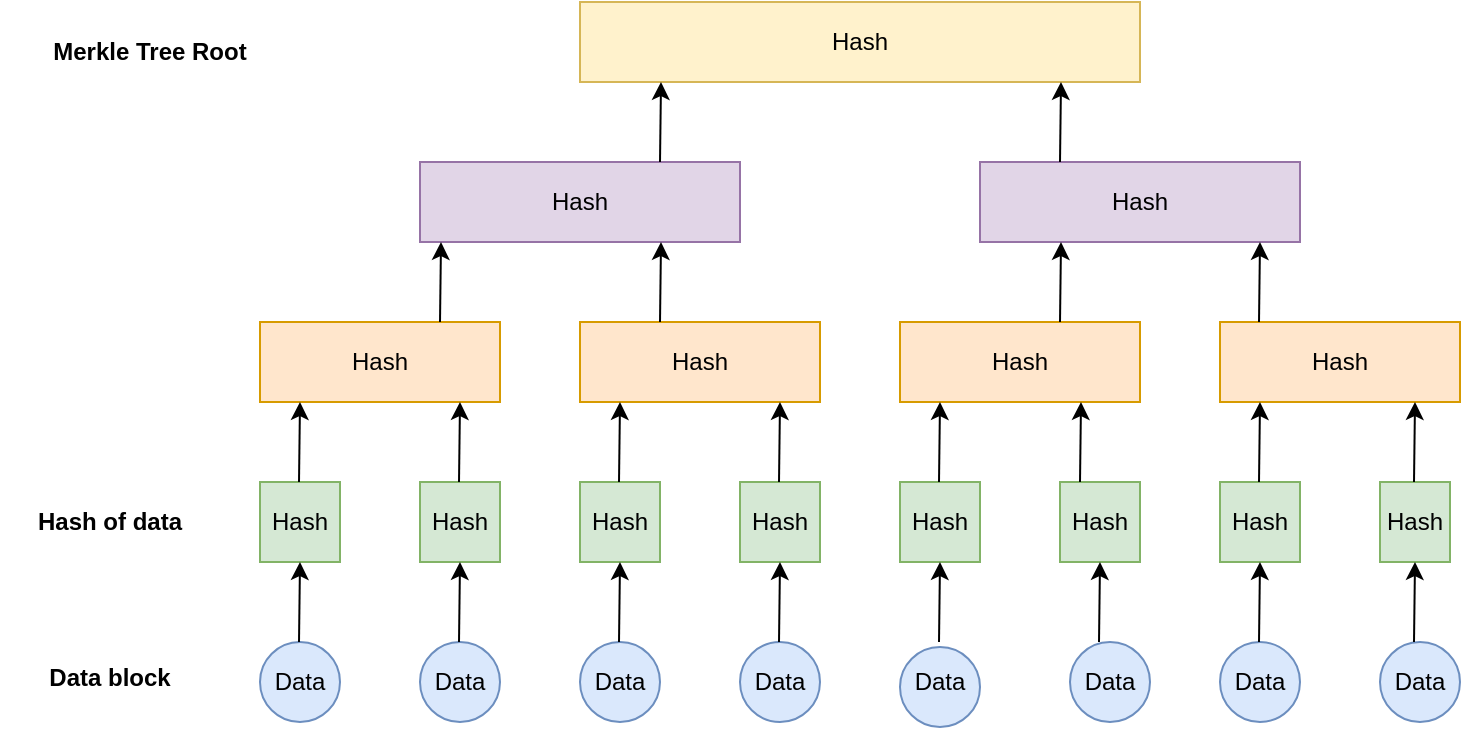
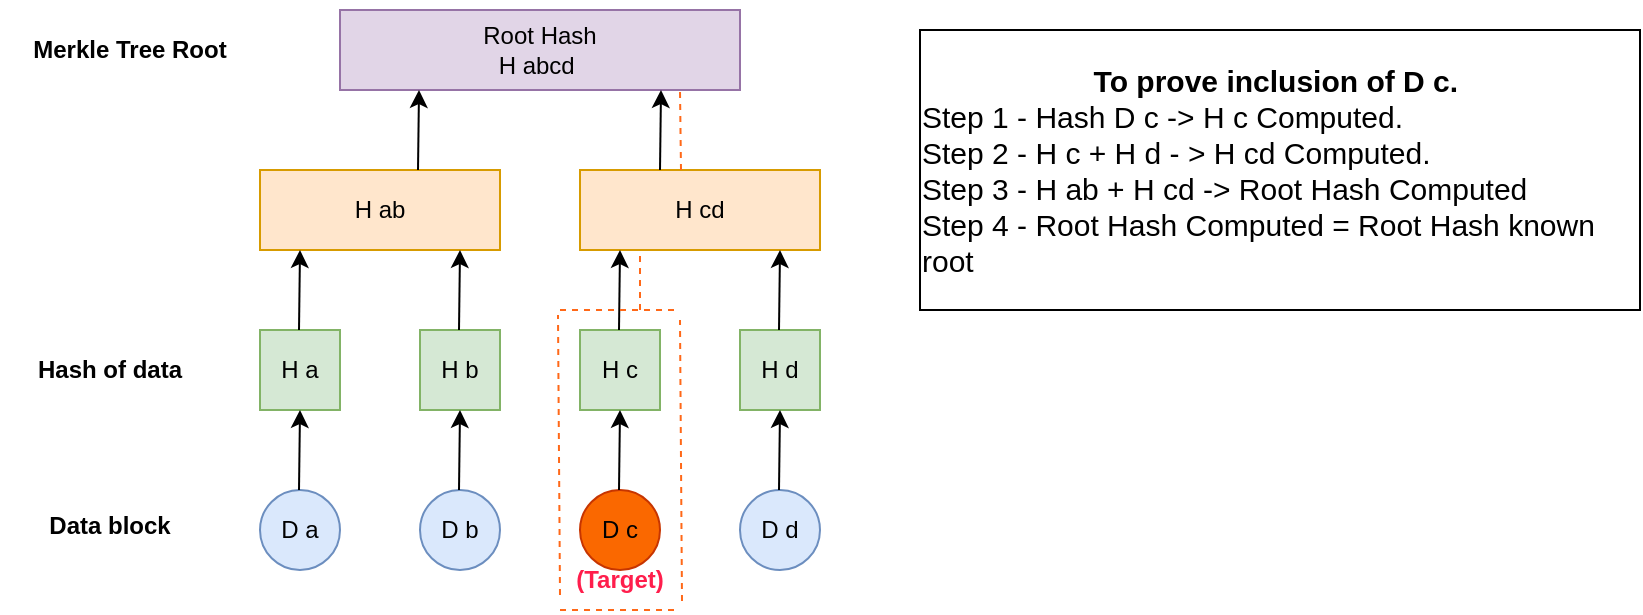
<mxfile host="app.diagrams.net">
  <diagram name="Page-1" id="n9avPNRuWvejZe3Pj7OS">
    <mxGraphModel dx="1911" dy="569" grid="1" gridSize="10" guides="1" tooltips="1" connect="1" arrows="1" fold="1" page="1" pageScale="1" pageWidth="850" pageHeight="1100" math="0" shadow="0">
      <root>
        <mxCell id="0" />
        <mxCell id="1" parent="0" />
        <mxCell id="N95eMO5Q5sqeaVTdyBPK-1" parent="1" style="ellipse;whiteSpace=wrap;html=1;fillColor=#dae8fc;strokeColor=#6c8ebf;" value="" vertex="1">
          <mxGeometry height="40" width="40" y="400" as="geometry" />
        </mxCell>
-         <mxCell id="N95eMO5Q5sqeaVTdyBPK-9" parent="1" style="text;html=1;whiteSpace=wrap;align=center;verticalAlign=middle;rounded=0;" value="Data" vertex="1">
+         <mxCell id="N95eMO5Q5sqeaVTdyBPK-9" parent="1" style="text;html=1;whiteSpace=wrap;align=center;verticalAlign=middle;rounded=0;" value="D a" vertex="1">
          <mxGeometry height="30" width="60" x="-10" y="405" as="geometry" />
        </mxCell>
-         <mxCell id="N95eMO5Q5sqeaVTdyBPK-14" parent="1" style="ellipse;whiteSpace=wrap;html=1;fillColor=#dae8fc;strokeColor=#6c8ebf;" value="" vertex="1">
-           <mxGeometry height="40" width="40" x="405" y="400" as="geometry" />
-         </mxCell>
-         <mxCell id="N95eMO5Q5sqeaVTdyBPK-15" parent="1" style="text;html=1;whiteSpace=wrap;strokeColor=none;fillColor=none;align=center;verticalAlign=middle;rounded=0;" value="Data" vertex="1">
-           <mxGeometry height="30" width="60" x="395" y="405" as="geometry" />
-         </mxCell>
-         <mxCell id="N95eMO5Q5sqeaVTdyBPK-16" parent="1" style="ellipse;whiteSpace=wrap;html=1;fillColor=#dae8fc;strokeColor=#6c8ebf;" value="" vertex="1">
-           <mxGeometry height="40" width="40" x="320" y="402.5" as="geometry" />
-         </mxCell>
-         <mxCell id="N95eMO5Q5sqeaVTdyBPK-17" parent="1" style="text;html=1;whiteSpace=wrap;strokeColor=none;fillColor=none;align=center;verticalAlign=middle;rounded=0;" value="Data" vertex="1">
-           <mxGeometry height="30" width="60" x="310" y="405" as="geometry" />
-         </mxCell>
-         <mxCell id="N95eMO5Q5sqeaVTdyBPK-18" parent="1" style="ellipse;whiteSpace=wrap;html=1;fillColor=#dae8fc;strokeColor=#6c8ebf;" value="" vertex="1">
+         <mxCell id="N95eMO5Q5sqeaVTdyBPK-18" parent="1" style="ellipse;whiteSpace=wrap;html=1;fillColor=#fa6800;strokeColor=#C73500;fontColor=#000000;" value="" vertex="1">
          <mxGeometry height="40" width="40" x="160" y="400" as="geometry" />
        </mxCell>
-         <mxCell id="N95eMO5Q5sqeaVTdyBPK-19" parent="1" style="text;html=1;whiteSpace=wrap;align=center;verticalAlign=middle;rounded=0;" value="Data" vertex="1">
+         <mxCell id="N95eMO5Q5sqeaVTdyBPK-19" parent="1" style="text;html=1;whiteSpace=wrap;align=center;verticalAlign=middle;rounded=0;" value="D c" vertex="1">
          <mxGeometry height="30" width="60" x="150" y="405" as="geometry" />
        </mxCell>
        <mxCell id="N95eMO5Q5sqeaVTdyBPK-20" parent="1" style="ellipse;whiteSpace=wrap;html=1;fillColor=#dae8fc;strokeColor=#6c8ebf;" value="" vertex="1">
          <mxGeometry height="40" width="40" x="240" y="400" as="geometry" />
        </mxCell>
-         <mxCell id="N95eMO5Q5sqeaVTdyBPK-21" parent="1" style="text;html=1;whiteSpace=wrap;align=center;verticalAlign=middle;rounded=0;" value="Data" vertex="1">
+         <mxCell id="N95eMO5Q5sqeaVTdyBPK-21" parent="1" style="text;html=1;whiteSpace=wrap;align=center;verticalAlign=middle;rounded=0;" value="D d" vertex="1">
          <mxGeometry height="30" width="60" x="230" y="405" as="geometry" />
-         </mxCell>
-         <mxCell id="N95eMO5Q5sqeaVTdyBPK-22" parent="1" style="ellipse;whiteSpace=wrap;html=1;fillColor=#dae8fc;strokeColor=#6c8ebf;" value="" vertex="1">
-           <mxGeometry height="40" width="40" x="560" y="400" as="geometry" />
-         </mxCell>
-         <mxCell id="N95eMO5Q5sqeaVTdyBPK-23" parent="1" style="text;html=1;whiteSpace=wrap;align=center;verticalAlign=middle;rounded=0;" value="Data" vertex="1">
-           <mxGeometry height="30" width="60" x="550" y="405" as="geometry" />
-         </mxCell>
-         <mxCell id="N95eMO5Q5sqeaVTdyBPK-24" parent="1" style="ellipse;whiteSpace=wrap;html=1;fillColor=#dae8fc;strokeColor=#6c8ebf;" value="" vertex="1">
-           <mxGeometry height="40" width="40" x="480" y="400" as="geometry" />
-         </mxCell>
-         <mxCell id="N95eMO5Q5sqeaVTdyBPK-25" parent="1" style="text;html=1;whiteSpace=wrap;align=center;verticalAlign=middle;rounded=0;" value="Data" vertex="1">
-           <mxGeometry height="30" width="60" x="470" y="405" as="geometry" />
        </mxCell>
        <mxCell id="N95eMO5Q5sqeaVTdyBPK-29" parent="1" style="ellipse;whiteSpace=wrap;html=1;fillColor=#dae8fc;strokeColor=#6c8ebf;" value="" vertex="1">
          <mxGeometry height="40" width="40" x="80" y="400" as="geometry" />
        </mxCell>
-         <mxCell id="N95eMO5Q5sqeaVTdyBPK-30" parent="1" style="text;html=1;whiteSpace=wrap;align=center;verticalAlign=middle;rounded=0;" value="Data" vertex="1">
+         <mxCell id="N95eMO5Q5sqeaVTdyBPK-30" parent="1" style="text;html=1;whiteSpace=wrap;align=center;verticalAlign=middle;rounded=0;" value="D b" vertex="1">
          <mxGeometry height="30" width="60" x="70" y="405" as="geometry" />
        </mxCell>
-         <mxCell id="N95eMO5Q5sqeaVTdyBPK-32" parent="1" style="text;html=1;whiteSpace=wrap;strokeColor=#82b366;fillColor=#d5e8d4;align=center;verticalAlign=middle;rounded=0;" value="Hash" vertex="1">
+         <mxCell id="N95eMO5Q5sqeaVTdyBPK-32" parent="1" style="text;html=1;whiteSpace=wrap;strokeColor=#82b366;fillColor=#d5e8d4;align=center;verticalAlign=middle;rounded=0;" value="H a" vertex="1">
          <mxGeometry height="40" width="40" y="320" as="geometry" />
        </mxCell>
-         <mxCell id="N95eMO5Q5sqeaVTdyBPK-34" parent="1" style="text;html=1;whiteSpace=wrap;strokeColor=#82b366;fillColor=#d5e8d4;align=center;verticalAlign=middle;rounded=0;" value="Hash" vertex="1">
+         <mxCell id="N95eMO5Q5sqeaVTdyBPK-34" parent="1" style="text;html=1;whiteSpace=wrap;strokeColor=#82b366;fillColor=#d5e8d4;align=center;verticalAlign=middle;rounded=0;" value="H b" vertex="1">
          <mxGeometry height="40" width="40" x="80" y="320" as="geometry" />
        </mxCell>
-         <mxCell id="N95eMO5Q5sqeaVTdyBPK-35" parent="1" style="text;html=1;whiteSpace=wrap;strokeColor=#82b366;fillColor=#d5e8d4;align=center;verticalAlign=middle;rounded=0;" value="Hash" vertex="1">
+         <mxCell id="N95eMO5Q5sqeaVTdyBPK-35" parent="1" style="text;html=1;whiteSpace=wrap;strokeColor=#82b366;fillColor=#d5e8d4;align=center;verticalAlign=middle;rounded=0;" value="H c" vertex="1">
          <mxGeometry height="40" width="40" x="160" y="320" as="geometry" />
        </mxCell>
-         <mxCell id="N95eMO5Q5sqeaVTdyBPK-36" parent="1" style="text;html=1;whiteSpace=wrap;strokeColor=#82b366;fillColor=#d5e8d4;align=center;verticalAlign=middle;rounded=0;" value="Hash" vertex="1">
+         <mxCell id="N95eMO5Q5sqeaVTdyBPK-36" parent="1" style="text;html=1;whiteSpace=wrap;strokeColor=#82b366;fillColor=#d5e8d4;align=center;verticalAlign=middle;rounded=0;" value="H d" vertex="1">
          <mxGeometry height="40" width="40" x="240" y="320" as="geometry" />
        </mxCell>
-         <mxCell id="N95eMO5Q5sqeaVTdyBPK-37" parent="1" style="text;html=1;whiteSpace=wrap;strokeColor=#82b366;fillColor=#d5e8d4;align=center;verticalAlign=middle;rounded=0;" value="Hash" vertex="1">
-           <mxGeometry height="40" width="40" x="320" y="320" as="geometry" />
-         </mxCell>
-         <mxCell id="N95eMO5Q5sqeaVTdyBPK-38" parent="1" style="text;html=1;whiteSpace=wrap;strokeColor=#82b366;fillColor=#d5e8d4;align=center;verticalAlign=middle;rounded=0;" value="Hash" vertex="1">
-           <mxGeometry height="40" width="40" x="400" y="320" as="geometry" />
-         </mxCell>
-         <mxCell id="N95eMO5Q5sqeaVTdyBPK-39" parent="1" style="text;html=1;whiteSpace=wrap;strokeColor=#82b366;fillColor=#d5e8d4;align=center;verticalAlign=middle;rounded=0;" value="Hash" vertex="1">
-           <mxGeometry height="40" width="40" x="480" y="320" as="geometry" />
-         </mxCell>
-         <mxCell id="N95eMO5Q5sqeaVTdyBPK-40" parent="1" style="text;html=1;whiteSpace=wrap;strokeColor=#82b366;fillColor=#d5e8d4;align=center;verticalAlign=middle;rounded=0;" value="Hash" vertex="1">
-           <mxGeometry height="40" width="35" x="560" y="320" as="geometry" />
-         </mxCell>
-         <mxCell id="N95eMO5Q5sqeaVTdyBPK-42" parent="1" style="text;html=1;whiteSpace=wrap;strokeColor=#d79b00;fillColor=#ffe6cc;align=center;verticalAlign=middle;rounded=0;" value="Hash" vertex="1">
+         <mxCell id="N95eMO5Q5sqeaVTdyBPK-42" parent="1" style="text;html=1;whiteSpace=wrap;strokeColor=#d79b00;fillColor=#ffe6cc;align=center;verticalAlign=middle;rounded=0;" value="H ab" vertex="1">
          <mxGeometry height="40" width="120" y="240" as="geometry" />
        </mxCell>
-         <mxCell id="N95eMO5Q5sqeaVTdyBPK-43" parent="1" style="text;html=1;whiteSpace=wrap;strokeColor=#d79b00;fillColor=#ffe6cc;align=center;verticalAlign=middle;rounded=0;" value="Hash" vertex="1">
+         <mxCell id="N95eMO5Q5sqeaVTdyBPK-43" parent="1" style="text;html=1;whiteSpace=wrap;strokeColor=#d79b00;fillColor=#ffe6cc;align=center;verticalAlign=middle;rounded=0;" value="H cd" vertex="1">
          <mxGeometry height="40" width="120" x="160" y="240" as="geometry" />
-         </mxCell>
-         <mxCell id="N95eMO5Q5sqeaVTdyBPK-44" parent="1" style="text;html=1;whiteSpace=wrap;strokeColor=#d79b00;fillColor=#ffe6cc;align=center;verticalAlign=middle;rounded=0;" value="Hash" vertex="1">
-           <mxGeometry height="40" width="120" x="320" y="240" as="geometry" />
-         </mxCell>
-         <mxCell id="N95eMO5Q5sqeaVTdyBPK-45" parent="1" style="text;html=1;whiteSpace=wrap;strokeColor=#d79b00;fillColor=#ffe6cc;align=center;verticalAlign=middle;rounded=0;" value="Hash" vertex="1">
-           <mxGeometry height="40" width="120" x="480" y="240" as="geometry" />
        </mxCell>
        <mxCell id="N95eMO5Q5sqeaVTdyBPK-46" edge="1" parent="1" style="endArrow=classic;html=1;rounded=0;entryX=0.5;entryY=1;entryDx=0;entryDy=0;" target="N95eMO5Q5sqeaVTdyBPK-32" value="">
          <mxGeometry height="50" relative="1" width="50" as="geometry">
            <mxPoint x="19.5" y="400" as="sourcePoint" />
            <mxPoint x="19.5" y="370" as="targetPoint" />
          </mxGeometry>
        </mxCell>
        <mxCell id="N95eMO5Q5sqeaVTdyBPK-47" edge="1" parent="1" style="endArrow=classic;html=1;rounded=0;entryX=0.5;entryY=1;entryDx=0;entryDy=0;" value="">
          <mxGeometry height="50" relative="1" width="50" as="geometry">
            <mxPoint x="99.5" y="400" as="sourcePoint" />
            <mxPoint x="100" y="360" as="targetPoint" />
          </mxGeometry>
        </mxCell>
        <mxCell id="N95eMO5Q5sqeaVTdyBPK-48" edge="1" parent="1" style="endArrow=classic;html=1;rounded=0;entryX=0.5;entryY=1;entryDx=0;entryDy=0;" value="">
          <mxGeometry height="50" relative="1" width="50" as="geometry">
            <mxPoint x="179.5" y="400" as="sourcePoint" />
            <mxPoint x="180" y="360" as="targetPoint" />
          </mxGeometry>
        </mxCell>
        <mxCell id="N95eMO5Q5sqeaVTdyBPK-49" edge="1" parent="1" style="endArrow=classic;html=1;rounded=0;entryX=0.5;entryY=1;entryDx=0;entryDy=0;" value="">
          <mxGeometry height="50" relative="1" width="50" as="geometry">
            <mxPoint x="259.5" y="400" as="sourcePoint" />
            <mxPoint x="260" y="360" as="targetPoint" />
-           </mxGeometry>
-         </mxCell>
-         <mxCell id="N95eMO5Q5sqeaVTdyBPK-50" edge="1" parent="1" style="endArrow=classic;html=1;rounded=0;entryX=0.5;entryY=1;entryDx=0;entryDy=0;" value="">
-           <mxGeometry height="50" relative="1" width="50" as="geometry">
-             <mxPoint x="339.5" y="400" as="sourcePoint" />
-             <mxPoint x="340" y="360" as="targetPoint" />
-           </mxGeometry>
-         </mxCell>
-         <mxCell id="N95eMO5Q5sqeaVTdyBPK-51" edge="1" parent="1" style="endArrow=classic;html=1;rounded=0;entryX=0.5;entryY=1;entryDx=0;entryDy=0;" value="">
-           <mxGeometry height="50" relative="1" width="50" as="geometry">
-             <mxPoint x="419.5" y="400" as="sourcePoint" />
-             <mxPoint x="420" y="360" as="targetPoint" />
-           </mxGeometry>
-         </mxCell>
-         <mxCell id="N95eMO5Q5sqeaVTdyBPK-52" edge="1" parent="1" style="endArrow=classic;html=1;rounded=0;entryX=0.5;entryY=1;entryDx=0;entryDy=0;" value="">
-           <mxGeometry height="50" relative="1" width="50" as="geometry">
-             <mxPoint x="499.5" y="400" as="sourcePoint" />
-             <mxPoint x="500" y="360" as="targetPoint" />
          </mxGeometry>
        </mxCell>
        <mxCell id="N95eMO5Q5sqeaVTdyBPK-54" edge="1" parent="1" style="endArrow=classic;html=1;rounded=0;entryX=0.5;entryY=1;entryDx=0;entryDy=0;" value="">
          <mxGeometry height="50" relative="1" width="50" as="geometry">
            <mxPoint x="19.5" y="320" as="sourcePoint" />
            <mxPoint x="20" y="280" as="targetPoint" />
          </mxGeometry>
        </mxCell>
        <mxCell id="N95eMO5Q5sqeaVTdyBPK-55" edge="1" parent="1" style="endArrow=classic;html=1;rounded=0;entryX=0.5;entryY=1;entryDx=0;entryDy=0;" value="">
          <mxGeometry height="50" relative="1" width="50" as="geometry">
            <mxPoint x="99.5" y="320" as="sourcePoint" />
            <mxPoint x="100" y="280" as="targetPoint" />
          </mxGeometry>
        </mxCell>
        <mxCell id="N95eMO5Q5sqeaVTdyBPK-56" edge="1" parent="1" style="endArrow=classic;html=1;rounded=0;entryX=0.5;entryY=1;entryDx=0;entryDy=0;" value="">
          <mxGeometry height="50" relative="1" width="50" as="geometry">
            <mxPoint x="179.5" y="320" as="sourcePoint" />
            <mxPoint x="180" y="280" as="targetPoint" />
          </mxGeometry>
        </mxCell>
        <mxCell id="N95eMO5Q5sqeaVTdyBPK-57" edge="1" parent="1" style="endArrow=classic;html=1;rounded=0;entryX=0.5;entryY=1;entryDx=0;entryDy=0;" value="">
          <mxGeometry height="50" relative="1" width="50" as="geometry">
            <mxPoint x="259.5" y="320" as="sourcePoint" />
            <mxPoint x="260" y="280" as="targetPoint" />
          </mxGeometry>
        </mxCell>
-         <mxCell id="N95eMO5Q5sqeaVTdyBPK-58" edge="1" parent="1" style="endArrow=classic;html=1;rounded=0;entryX=0.5;entryY=1;entryDx=0;entryDy=0;" value="">
-           <mxGeometry height="50" relative="1" width="50" as="geometry">
-             <mxPoint x="410" y="320" as="sourcePoint" />
-             <mxPoint x="410.5" y="280" as="targetPoint" />
-           </mxGeometry>
-         </mxCell>
-         <mxCell id="N95eMO5Q5sqeaVTdyBPK-59" edge="1" parent="1" style="endArrow=classic;html=1;rounded=0;entryX=0.5;entryY=1;entryDx=0;entryDy=0;" value="">
-           <mxGeometry height="50" relative="1" width="50" as="geometry">
-             <mxPoint x="339.5" y="320" as="sourcePoint" />
-             <mxPoint x="340" y="280" as="targetPoint" />
-           </mxGeometry>
-         </mxCell>
-         <mxCell id="N95eMO5Q5sqeaVTdyBPK-60" edge="1" parent="1" style="endArrow=classic;html=1;rounded=0;entryX=0.5;entryY=1;entryDx=0;entryDy=0;" value="">
-           <mxGeometry height="50" relative="1" width="50" as="geometry">
-             <mxPoint x="499.5" y="320" as="sourcePoint" />
-             <mxPoint x="500" y="280" as="targetPoint" />
-           </mxGeometry>
-         </mxCell>
-         <mxCell id="N95eMO5Q5sqeaVTdyBPK-61" edge="1" parent="1" style="endArrow=classic;html=1;rounded=0;entryX=0.5;entryY=1;entryDx=0;entryDy=0;" value="">
-           <mxGeometry height="50" relative="1" width="50" as="geometry">
-             <mxPoint x="577" y="320" as="sourcePoint" />
-             <mxPoint x="577.5" y="280" as="targetPoint" />
-           </mxGeometry>
-         </mxCell>
-         <mxCell id="N95eMO5Q5sqeaVTdyBPK-62" parent="1" style="text;html=1;whiteSpace=wrap;strokeColor=#9673a6;fillColor=#e1d5e7;align=center;verticalAlign=middle;rounded=0;" value="Hash" vertex="1">
-           <mxGeometry height="40" width="160" x="80" y="160" as="geometry" />
-         </mxCell>
-         <mxCell id="N95eMO5Q5sqeaVTdyBPK-63" parent="1" style="text;html=1;whiteSpace=wrap;strokeColor=#9673a6;fillColor=#e1d5e7;align=center;verticalAlign=middle;rounded=0;" value="Hash" vertex="1">
-           <mxGeometry height="40" width="160" x="360" y="160" as="geometry" />
+         <mxCell id="N95eMO5Q5sqeaVTdyBPK-62" parent="1" style="text;html=1;whiteSpace=wrap;strokeColor=#9673a6;fillColor=#e1d5e7;align=center;verticalAlign=middle;rounded=0;" value="Root Hash&lt;div&gt;H abcd&amp;nbsp;&lt;/div&gt;" vertex="1">
+           <mxGeometry height="40" width="200" x="40" y="160" as="geometry" />
        </mxCell>
        <mxCell id="N95eMO5Q5sqeaVTdyBPK-64" edge="1" parent="1" style="endArrow=classic;html=1;rounded=0;entryX=0.5;entryY=1;entryDx=0;entryDy=0;" value="">
          <mxGeometry height="50" relative="1" width="50" as="geometry">
-             <mxPoint x="90" y="240" as="sourcePoint" />
-             <mxPoint x="90.5" y="200" as="targetPoint" />
+             <mxPoint x="79" y="240" as="sourcePoint" />
+             <mxPoint x="79.5" y="200" as="targetPoint" />
          </mxGeometry>
        </mxCell>
        <mxCell id="N95eMO5Q5sqeaVTdyBPK-65" edge="1" parent="1" style="endArrow=classic;html=1;rounded=0;entryX=0.5;entryY=1;entryDx=0;entryDy=0;" value="">
          <mxGeometry height="50" relative="1" width="50" as="geometry">
            <mxPoint x="200" y="240" as="sourcePoint" />
            <mxPoint x="200.5" y="200" as="targetPoint" />
          </mxGeometry>
        </mxCell>
-         <mxCell id="N95eMO5Q5sqeaVTdyBPK-66" edge="1" parent="1" style="endArrow=classic;html=1;rounded=0;entryX=0.5;entryY=1;entryDx=0;entryDy=0;" value="">
-           <mxGeometry height="50" relative="1" width="50" as="geometry">
-             <mxPoint x="400" y="240" as="sourcePoint" />
-             <mxPoint x="400.5" y="200" as="targetPoint" />
-           </mxGeometry>
-         </mxCell>
-         <mxCell id="N95eMO5Q5sqeaVTdyBPK-67" edge="1" parent="1" style="endArrow=classic;html=1;rounded=0;entryX=0.5;entryY=1;entryDx=0;entryDy=0;" value="">
-           <mxGeometry height="50" relative="1" width="50" as="geometry">
-             <mxPoint x="499.5" y="240" as="sourcePoint" />
-             <mxPoint x="500" y="200" as="targetPoint" />
-           </mxGeometry>
-         </mxCell>
-         <mxCell id="N95eMO5Q5sqeaVTdyBPK-68" parent="1" style="text;html=1;whiteSpace=wrap;strokeColor=#d6b656;fillColor=#fff2cc;align=center;verticalAlign=middle;rounded=0;" value="Hash" vertex="1">
-           <mxGeometry height="40" width="280" x="160" y="80" as="geometry" />
-         </mxCell>
-         <mxCell id="N95eMO5Q5sqeaVTdyBPK-69" edge="1" parent="1" style="endArrow=classic;html=1;rounded=0;entryX=0.5;entryY=1;entryDx=0;entryDy=0;" value="">
-           <mxGeometry height="50" relative="1" width="50" as="geometry">
-             <mxPoint x="400" y="160" as="sourcePoint" />
-             <mxPoint x="400.5" y="120" as="targetPoint" />
-           </mxGeometry>
-         </mxCell>
-         <mxCell id="N95eMO5Q5sqeaVTdyBPK-70" edge="1" parent="1" style="endArrow=classic;html=1;rounded=0;entryX=0.5;entryY=1;entryDx=0;entryDy=0;" value="">
-           <mxGeometry height="50" relative="1" width="50" as="geometry">
-             <mxPoint x="200" y="160" as="sourcePoint" />
-             <mxPoint x="200.5" y="120" as="targetPoint" />
-           </mxGeometry>
-         </mxCell>
        <mxCell id="N95eMO5Q5sqeaVTdyBPK-71" parent="1" style="text;html=1;whiteSpace=wrap;strokeColor=none;fillColor=none;align=center;verticalAlign=middle;rounded=0;" value="&lt;b&gt;Merkle Tree Root&lt;/b&gt;" vertex="1">
-           <mxGeometry height="50" width="110" x="-110" y="80" as="geometry" />
+           <mxGeometry height="50" width="110" x="-120" y="155" as="geometry" />
        </mxCell>
        <mxCell id="N95eMO5Q5sqeaVTdyBPK-72" parent="1" style="text;html=1;whiteSpace=wrap;strokeColor=none;fillColor=none;align=center;verticalAlign=middle;rounded=0;" value="&lt;b&gt;Data block&lt;/b&gt;" vertex="1">
          <mxGeometry height="50" width="110" x="-130" y="392.5" as="geometry" />
        </mxCell>
-         <mxCell id="N95eMO5Q5sqeaVTdyBPK-74" edge="1" parent="1" style="endArrow=classic;html=1;rounded=0;entryX=0.5;entryY=1;entryDx=0;entryDy=0;" value="">
+         <mxCell id="N95eMO5Q5sqeaVTdyBPK-75" parent="1" style="text;html=1;whiteSpace=wrap;strokeColor=none;fillColor=none;align=center;verticalAlign=middle;rounded=0;" value="&lt;b&gt;Hash of data&lt;/b&gt;" vertex="1">
+           <mxGeometry height="50" width="110" x="-130" y="315" as="geometry" />
+         </mxCell>
+         <mxCell id="N95eMO5Q5sqeaVTdyBPK-77" parent="1" style="text;html=1;whiteSpace=wrap;strokeColor=none;fillColor=none;align=center;verticalAlign=middle;rounded=0;fontStyle=1;fontColor=#FF1E4C;" value="(Target)" vertex="1">
+           <mxGeometry height="30" width="60" x="150" y="430" as="geometry" />
+         </mxCell>
+         <mxCell id="N95eMO5Q5sqeaVTdyBPK-78" edge="1" parent="1" source="N95eMO5Q5sqeaVTdyBPK-77" style="endArrow=none;dashed=1;html=1;rounded=0;exitX=0;exitY=0.75;exitDx=0;exitDy=0;strokeColor=#FF6818;" value="">
          <mxGeometry height="50" relative="1" width="50" as="geometry">
-             <mxPoint x="577" y="400" as="sourcePoint" />
-             <mxPoint x="577.5" y="360" as="targetPoint" />
+             <mxPoint x="149" y="392.5" as="sourcePoint" />
+             <mxPoint x="149" y="312.5" as="targetPoint" />
          </mxGeometry>
        </mxCell>
-         <mxCell id="N95eMO5Q5sqeaVTdyBPK-75" parent="1" style="text;html=1;whiteSpace=wrap;strokeColor=none;fillColor=none;align=center;verticalAlign=middle;rounded=0;" value="&lt;b&gt;Hash of data&lt;/b&gt;" vertex="1">
-           <mxGeometry height="50" width="110" x="-130" y="315" as="geometry" />
+         <mxCell id="N95eMO5Q5sqeaVTdyBPK-80" edge="1" parent="1" style="endArrow=none;dashed=1;html=1;rounded=0;strokeColor=#FF6818;" value="">
+           <mxGeometry height="50" relative="1" width="50" as="geometry">
+             <mxPoint x="150" y="460" as="sourcePoint" />
+             <mxPoint x="210" y="460" as="targetPoint" />
+           </mxGeometry>
+         </mxCell>
+         <mxCell id="N95eMO5Q5sqeaVTdyBPK-82" edge="1" parent="1" style="endArrow=none;dashed=1;html=1;rounded=0;strokeColor=#FF6818;" value="">
+           <mxGeometry height="50" relative="1" width="50" as="geometry">
+             <mxPoint x="150" y="310" as="sourcePoint" />
+             <mxPoint x="210" y="310" as="targetPoint" />
+           </mxGeometry>
+         </mxCell>
+         <mxCell id="N95eMO5Q5sqeaVTdyBPK-83" edge="1" parent="1" style="endArrow=none;dashed=1;html=1;rounded=0;exitX=0;exitY=0.75;exitDx=0;exitDy=0;strokeColor=#FF6818;" value="">
+           <mxGeometry height="50" relative="1" width="50" as="geometry">
+             <mxPoint x="211" y="455.5" as="sourcePoint" />
+             <mxPoint x="210" y="315" as="targetPoint" />
+           </mxGeometry>
+         </mxCell>
+         <mxCell id="N95eMO5Q5sqeaVTdyBPK-84" edge="1" parent="1" style="endArrow=none;dashed=1;html=1;rounded=0;strokeColor=#FF6818;" value="">
+           <mxGeometry height="50" relative="1" width="50" as="geometry">
+             <mxPoint x="190" y="310" as="sourcePoint" />
+             <mxPoint x="190" y="280" as="targetPoint" />
+           </mxGeometry>
+         </mxCell>
+         <mxCell id="N95eMO5Q5sqeaVTdyBPK-85" edge="1" parent="1" style="endArrow=none;dashed=1;html=1;rounded=0;fontColor=#FF1E4C;strokeColor=#FF6818;" value="">
+           <mxGeometry height="50" relative="1" width="50" as="geometry">
+             <mxPoint x="210.5" y="240" as="sourcePoint" />
+             <mxPoint x="210" y="200" as="targetPoint" />
+           </mxGeometry>
+         </mxCell>
+         <mxCell id="N95eMO5Q5sqeaVTdyBPK-86" parent="1" style="text;html=1;whiteSpace=wrap;strokeColor=default;fillColor=none;align=center;verticalAlign=middle;rounded=0;" value="&lt;font style=&quot;font-size: 15px;&quot;&gt;&lt;b&gt;To prove inclusion of D c.&amp;nbsp;&lt;/b&gt;&lt;/font&gt;&lt;div style=&quot;text-align: left;&quot;&gt;&lt;span style=&quot;background-color: transparent; color: light-dark(rgb(0, 0, 0), rgb(255, 255, 255));&quot;&gt;&lt;font style=&quot;font-size: 15px;&quot;&gt;Step 1 - Hash D c -&amp;gt; H c Computed.&amp;nbsp;&lt;/font&gt;&lt;/span&gt;&lt;/div&gt;&lt;div style=&quot;text-align: left;&quot;&gt;&lt;span style=&quot;background-color: transparent; color: light-dark(rgb(0, 0, 0), rgb(255, 255, 255));&quot;&gt;&lt;font style=&quot;font-size: 15px;&quot;&gt;Step 2 - H c + H d - &amp;gt; H cd Computed.&lt;/font&gt;&lt;/span&gt;&lt;/div&gt;&lt;div style=&quot;text-align: left;&quot;&gt;&lt;font style=&quot;font-size: 15px;&quot;&gt;Step 3 - H ab + H cd -&amp;gt; Root Hash Computed&lt;/font&gt;&lt;/div&gt;&lt;div style=&quot;text-align: left;&quot;&gt;&lt;font style=&quot;font-size: 15px;&quot;&gt;Step 4 - Root Hash Computed = Root Hash known root&amp;nbsp;&lt;/font&gt;&lt;/div&gt;" vertex="1">
+           <mxGeometry height="140" width="360" x="330" y="170" as="geometry" />
        </mxCell>
      </root>
    </mxGraphModel>
  </diagram>
</mxfile>
